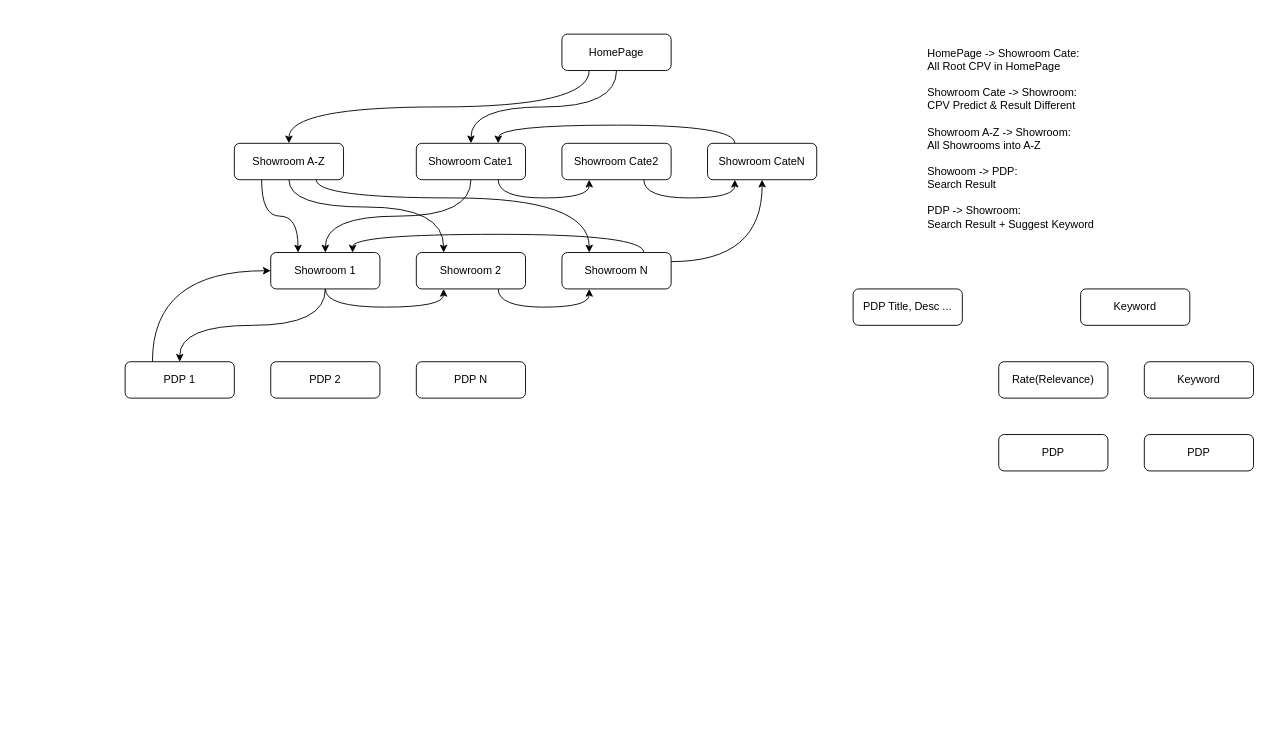
Earlier version of the draw.io diagram drawio/showroom_structure.drawio (VisableHarry/seo-drawio). Source tidied: cells renumbered, new cells numbered last; positions are measured from the earlier drawing's top-left corner, leaving out a move shared by most shapes. Both pictures are drawn from the tidied source at 91%, with x=0, y=0 at pixel (125, 15).
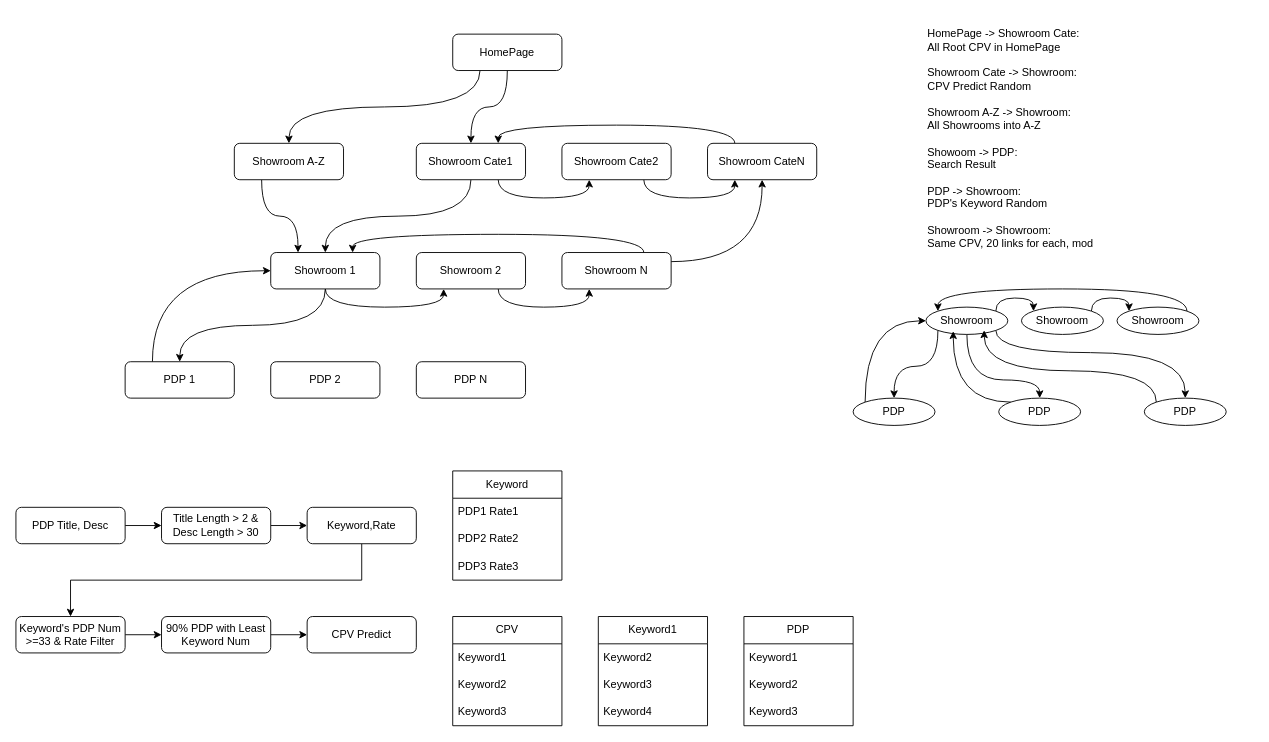
Above is the later version.

Unchanged cells that the change refers to:
```xml
<mxCell id="9" value="Showroom 2" style="rounded=1;whiteSpace=wrap;html=1;" parent="1" vertex="1">
  <mxGeometry x="320" y="260" width="120" height="40" as="geometry" />
</mxCell>
<mxCell id="12" value="Showroom N" style="rounded=1;whiteSpace=wrap;html=1;" parent="1" vertex="1">
  <mxGeometry x="480" y="260" width="120" height="40" as="geometry" />
</mxCell>
<mxCell id="28" value="Showroom A-Z" style="rounded=1;whiteSpace=wrap;html=1;" parent="1" vertex="1">
  <mxGeometry x="120" y="140" width="120" height="40" as="geometry" />
</mxCell>
```

The edit, as a diff of the source:
```diff
@@
     <mxCell id="4" value="HomePage" style="rounded=1;whiteSpace=wrap;html=1;" parent="1" vertex="1">
-      <mxGeometry x="480" y="20" width="120" height="40" as="geometry" />
+      <mxGeometry x="360" y="20" width="120" height="40" as="geometry" />
     </mxCell>
@@
-    <mxCell id="24" value="HomePage -&amp;gt; Showroom Cate:&lt;div&gt;All Root CPV in HomePage&lt;/div&gt;&lt;div&gt;&lt;br&gt;&lt;/div&gt;&lt;div&gt;Showroom Cate -&amp;gt; Showroom:&lt;/div&gt;&lt;div&gt;CPV Predict &amp;amp; Result Different&lt;/div&gt;&lt;div&gt;&lt;br&gt;&lt;/div&gt;&lt;div&gt;Showroom A-Z -&amp;gt; Showroom:&lt;/div&gt;&lt;div&gt;All Showrooms into A-Z&lt;/div&gt;&lt;div&gt;&lt;br&gt;&lt;/div&gt;&lt;div&gt;Showoom -&amp;gt; PDP:&lt;/div&gt;&lt;div&gt;Search Result&lt;/div&gt;&lt;div&gt;&lt;br&gt;&lt;/div&gt;&lt;div&gt;PDP -&amp;gt; Showroom:&lt;/div&gt;&lt;div&gt;Search Result + Suggest Keyword&lt;/div&gt;" style="text;html=1;align=left;verticalAlign=middle;whiteSpace=wrap;rounded=0;" parent="1" vertex="1">
+    <mxCell id="24" value="HomePage -&amp;gt; Showroom Cate:&lt;div&gt;All Root CPV in HomePage&lt;/div&gt;&lt;div&gt;&lt;br&gt;&lt;/div&gt;&lt;div&gt;Showroom Cate -&amp;gt; Showroom:&lt;/div&gt;&lt;div&gt;CPV Predict Random&lt;/div&gt;&lt;div&gt;&lt;br&gt;&lt;/div&gt;&lt;div&gt;Showroom A-Z -&amp;gt; Showroom:&lt;/div&gt;&lt;div&gt;All Showrooms into A-Z&lt;/div&gt;&lt;div&gt;&lt;br&gt;&lt;/div&gt;&lt;div&gt;Showoom -&amp;gt; PDP:&lt;/div&gt;&lt;div&gt;Search Result&lt;/div&gt;&lt;div&gt;&lt;br&gt;&lt;/div&gt;&lt;div&gt;PDP -&amp;gt; Showroom:&lt;/div&gt;&lt;div&gt;PDP's Keyword Random&lt;/div&gt;&lt;div&gt;&lt;br&gt;&lt;/div&gt;&lt;div&gt;Showroom -&amp;gt; Showroom:&lt;/div&gt;&lt;div&gt;Same CPV, 20 links for each, mod&lt;/div&gt;" style="text;html=1;align=left;verticalAlign=middle;whiteSpace=wrap;rounded=0;" parent="1" vertex="1">
       <mxGeometry x="880" width="230" height="270" as="geometry" />
     </mxCell>
@@
-    <mxCell id="26" style="edgeStyle=orthogonalEdgeStyle;rounded=0;jettySize=auto;html=1;exitX=0.5;exitY=1;exitDx=0;exitDy=0;entryX=0.25;entryY=0;entryDx=0;entryDy=0;elbow=vertical;curved=1;" parent="1" edge="1" source="28" target="9">
-      <mxGeometry relative="1" as="geometry">
-        <Array as="points">
-          <mxPoint x="180" y="210" />
-          <mxPoint x="350" y="210" />
-        </Array>
-      </mxGeometry>
-    </mxCell>
-    <mxCell id="27" style="edgeStyle=orthogonalEdgeStyle;rounded=0;jettySize=auto;html=1;exitX=0.75;exitY=1;exitDx=0;exitDy=0;entryX=0.25;entryY=0;entryDx=0;entryDy=0;curved=1;" parent="1" edge="1" source="28" target="12">
-      <mxGeometry relative="1" as="geometry">
-        <Array as="points">
-          <mxPoint x="210" y="200" />
-          <mxPoint x="510" y="200" />
-        </Array>
-      </mxGeometry>
-    </mxCell>
@@
+    <mxCell id="35" style="edgeStyle=orthogonalEdgeStyle;rounded=0;jettySize=auto;html=1;exitX=1;exitY=0.5;exitDx=0;exitDy=0;entryX=0;entryY=0.5;entryDx=0;entryDy=0;" parent="1" edge="1" source="29" target="40">
+      <mxGeometry relative="1" as="geometry" />
+    </mxCell>
-    <mxCell id="29" value="PDP Title, Desc ..." style="rounded=1;whiteSpace=wrap;html=1;" parent="1" vertex="1">
-      <mxGeometry x="800" y="300" width="120" height="40" as="geometry" />
+    <mxCell id="29" value="PDP Title, Desc" style="rounded=1;whiteSpace=wrap;html=1;" parent="1" vertex="1">
+      <mxGeometry x="-120" y="540" width="120" height="40" as="geometry" />
     </mxCell>
+    <mxCell id="36" style="edgeStyle=orthogonalEdgeStyle;rounded=0;jettySize=auto;html=1;exitX=0.5;exitY=1;exitDx=0;exitDy=0;entryX=0.5;entryY=0;entryDx=0;entryDy=0;" parent="1" edge="1" source="30" target="34">
+      <mxGeometry relative="1" as="geometry" />
+    </mxCell>
-    <mxCell id="30" value="Keyword" style="rounded=1;whiteSpace=wrap;html=1;" parent="1" vertex="1">
-      <mxGeometry x="1050" y="300" width="120" height="40" as="geometry" />
+    <mxCell id="30" value="Keyword,Rate" style="rounded=1;whiteSpace=wrap;html=1;" parent="1" vertex="1">
+      <mxGeometry x="200" y="540" width="120" height="40" as="geometry" />
     </mxCell>
-    <mxCell id="31" value="Rate(Relevance)" style="rounded=1;whiteSpace=wrap;html=1;" parent="1" vertex="1">
-      <mxGeometry x="960" y="380" width="120" height="40" as="geometry" />
+    <mxCell id="31" value="CPV Predict" style="rounded=1;whiteSpace=wrap;html=1;" parent="1" vertex="1">
+      <mxGeometry x="200" y="660" width="120" height="40" as="geometry" />
     </mxCell>
+    <mxCell id="37" style="edgeStyle=orthogonalEdgeStyle;rounded=0;jettySize=auto;html=1;exitX=1;exitY=0.5;exitDx=0;exitDy=0;entryX=0;entryY=0.5;entryDx=0;entryDy=0;" parent="1" edge="1" source="32" target="31">
+      <mxGeometry relative="1" as="geometry" />
+    </mxCell>
-    <mxCell id="32" value="PDP" style="rounded=1;whiteSpace=wrap;html=1;" parent="1" vertex="1">
-      <mxGeometry x="960" y="460" width="120" height="40" as="geometry" />
+    <mxCell id="32" value="90% PDP with Least Keyword Num" style="rounded=1;whiteSpace=wrap;html=1;" parent="1" vertex="1">
+      <mxGeometry x="40" y="660" width="120" height="40" as="geometry" />
     </mxCell>
+    <mxCell id="38" style="edgeStyle=orthogonalEdgeStyle;rounded=0;jettySize=auto;html=1;exitX=1;exitY=0.5;exitDx=0;exitDy=0;entryX=0;entryY=0.5;entryDx=0;entryDy=0;" parent="1" edge="1" source="34" target="32">
+      <mxGeometry relative="1" as="geometry" />
+    </mxCell>
+    <mxCell id="34" value="Keyword's PDP Num &amp;gt;=33 &amp;amp; Rate Filter" style="rounded=1;whiteSpace=wrap;html=1;" parent="1" vertex="1">
+      <mxGeometry x="-120" y="660" width="120" height="40" as="geometry" />
+    </mxCell>
+    <mxCell id="39" style="edgeStyle=orthogonalEdgeStyle;rounded=0;jettySize=auto;html=1;exitX=1;exitY=0.5;exitDx=0;exitDy=0;entryX=0;entryY=0.5;entryDx=0;entryDy=0;" parent="1" edge="1" source="40" target="30">
+      <mxGeometry relative="1" as="geometry" />
+    </mxCell>
+    <mxCell id="40" value="Title Length &amp;gt; 2 &amp;amp;&lt;div&gt;Desc Length &amp;gt; 30&lt;/div&gt;" style="rounded=1;whiteSpace=wrap;html=1;" parent="1" vertex="1">
+      <mxGeometry x="40" y="540" width="120" height="40" as="geometry" />
+    </mxCell>
-    <mxCell id="33" value="Keyword" style="rounded=1;whiteSpace=wrap;html=1;" parent="1" vertex="1">
-      <mxGeometry x="1120" y="380" width="120" height="40" as="geometry" />
+    <mxCell id="33" value="Keyword" style="swimlane;fontStyle=0;horizontal=1;startSize=30;whiteSpace=wrap;html=1;" parent="1" vertex="1">
+      <mxGeometry x="360" y="500" width="120" height="120" as="geometry" />
     </mxCell>
-    <mxCell id="34" value="PDP" style="rounded=1;whiteSpace=wrap;html=1;" parent="1" vertex="1">
-      <mxGeometry x="1120" y="460" width="120" height="40" as="geometry" />
-    </mxCell>
+    <mxCell id="41" value="PDP1 Rate1" style="text;strokeColor=none;fillColor=none;align=left;verticalAlign=middle;spacingLeft=4;spacingRight=4;overflow=hidden;whiteSpace=wrap;html=1;" parent="33" vertex="1">
+      <mxGeometry y="30" width="120" height="30" as="geometry" />
+    </mxCell>
+    <mxCell id="42" value="PDP2 Rate2" style="text;strokeColor=none;fillColor=none;align=left;verticalAlign=middle;spacingLeft=4;spacingRight=4;overflow=hidden;whiteSpace=wrap;html=1;" parent="33" vertex="1">
+      <mxGeometry y="60" width="120" height="30" as="geometry" />
+    </mxCell>
+    <mxCell id="43" value="PDP3 Rate3" style="text;strokeColor=none;fillColor=none;align=left;verticalAlign=middle;spacingLeft=4;spacingRight=4;overflow=hidden;whiteSpace=wrap;html=1;" parent="33" vertex="1">
+      <mxGeometry y="90" width="120" height="30" as="geometry" />
+    </mxCell>
+    <mxCell id="44" value="CPV" style="swimlane;fontStyle=0;horizontal=1;startSize=30;whiteSpace=wrap;html=1;" parent="1" vertex="1">
+      <mxGeometry x="360" y="660" width="120" height="120" as="geometry" />
+    </mxCell>
+    <mxCell id="45" value="Keyword1" style="text;strokeColor=none;fillColor=none;align=left;verticalAlign=middle;spacingLeft=4;spacingRight=4;overflow=hidden;whiteSpace=wrap;html=1;" parent="44" vertex="1">
+      <mxGeometry y="30" width="120" height="30" as="geometry" />
+    </mxCell>
+    <mxCell id="46" value="Keyword2" style="text;strokeColor=none;fillColor=none;align=left;verticalAlign=middle;spacingLeft=4;spacingRight=4;overflow=hidden;whiteSpace=wrap;html=1;" parent="44" vertex="1">
+      <mxGeometry y="60" width="120" height="30" as="geometry" />
+    </mxCell>
+    <mxCell id="47" value="Keyword3" style="text;strokeColor=none;fillColor=none;align=left;verticalAlign=middle;spacingLeft=4;spacingRight=4;overflow=hidden;whiteSpace=wrap;html=1;" parent="44" vertex="1">
+      <mxGeometry y="90" width="120" height="30" as="geometry" />
+    </mxCell>
+    <mxCell id="48" value="Keyword1" style="swimlane;fontStyle=0;horizontal=1;startSize=30;whiteSpace=wrap;html=1;" parent="1" vertex="1">
+      <mxGeometry x="520" y="660" width="120" height="120" as="geometry" />
+    </mxCell>
+    <mxCell id="49" value="Keyword2" style="text;strokeColor=none;fillColor=none;align=left;verticalAlign=middle;spacingLeft=4;spacingRight=4;overflow=hidden;whiteSpace=wrap;html=1;" parent="48" vertex="1">
+      <mxGeometry y="30" width="120" height="30" as="geometry" />
+    </mxCell>
+    <mxCell id="50" value="Keyword3" style="text;strokeColor=none;fillColor=none;align=left;verticalAlign=middle;spacingLeft=4;spacingRight=4;overflow=hidden;whiteSpace=wrap;html=1;" parent="48" vertex="1">
+      <mxGeometry y="60" width="120" height="30" as="geometry" />
+    </mxCell>
+    <mxCell id="51" value="Keyword4" style="text;strokeColor=none;fillColor=none;align=left;verticalAlign=middle;spacingLeft=4;spacingRight=4;overflow=hidden;whiteSpace=wrap;html=1;" parent="48" vertex="1">
+      <mxGeometry y="90" width="120" height="30" as="geometry" />
+    </mxCell>
+    <mxCell id="52" value="PDP" style="swimlane;fontStyle=0;horizontal=1;startSize=30;whiteSpace=wrap;html=1;" parent="1" vertex="1">
+      <mxGeometry x="680" y="660" width="120" height="120" as="geometry" />
+    </mxCell>
+    <mxCell id="53" value="Keyword1" style="text;strokeColor=none;fillColor=none;align=left;verticalAlign=middle;spacingLeft=4;spacingRight=4;overflow=hidden;whiteSpace=wrap;html=1;" parent="52" vertex="1">
+      <mxGeometry y="30" width="120" height="30" as="geometry" />
+    </mxCell>
+    <mxCell id="54" value="Keyword2" style="text;strokeColor=none;fillColor=none;align=left;verticalAlign=middle;spacingLeft=4;spacingRight=4;overflow=hidden;whiteSpace=wrap;html=1;" parent="52" vertex="1">
+      <mxGeometry y="60" width="120" height="30" as="geometry" />
+    </mxCell>
+    <mxCell id="55" value="Keyword3" style="text;strokeColor=none;fillColor=none;align=left;verticalAlign=middle;spacingLeft=4;spacingRight=4;overflow=hidden;whiteSpace=wrap;html=1;" parent="52" vertex="1">
+      <mxGeometry y="90" width="120" height="30" as="geometry" />
+    </mxCell>
+    <mxCell id="56" style="edgeStyle=orthogonalEdgeStyle;rounded=0;jettySize=auto;html=1;exitX=0;exitY=1;exitDx=0;exitDy=0;curved=1;" parent="1" edge="1" source="60" target="66">
+      <mxGeometry relative="1" as="geometry" />
+    </mxCell>
+    <mxCell id="57" style="edgeStyle=orthogonalEdgeStyle;rounded=0;jettySize=auto;html=1;exitX=0.5;exitY=1;exitDx=0;exitDy=0;entryX=0.5;entryY=0;entryDx=0;entryDy=0;curved=1;" parent="1" edge="1" source="60" target="67">
+      <mxGeometry relative="1" as="geometry">
+        <Array as="points">
+          <mxPoint x="925" y="400" />
+          <mxPoint x="1005" y="400" />
+        </Array>
+      </mxGeometry>
+    </mxCell>
+    <mxCell id="58" style="edgeStyle=orthogonalEdgeStyle;rounded=0;jettySize=auto;html=1;exitX=1;exitY=0;exitDx=0;exitDy=0;entryX=0;entryY=0;entryDx=0;entryDy=0;curved=1;" parent="1" edge="1" source="60" target="62">
+      <mxGeometry relative="1" as="geometry">
+        <Array as="points">
+          <mxPoint x="957" y="310" />
+          <mxPoint x="998" y="310" />
+        </Array>
+      </mxGeometry>
+    </mxCell>
+    <mxCell id="59" style="edgeStyle=orthogonalEdgeStyle;rounded=0;jettySize=auto;html=1;exitX=1;exitY=1;exitDx=0;exitDy=0;entryX=0.5;entryY=0;entryDx=0;entryDy=0;curved=1;" parent="1" edge="1" source="60" target="68">
+      <mxGeometry relative="1" as="geometry">
+        <Array as="points">
+          <mxPoint x="957" y="370" />
+          <mxPoint x="1165" y="370" />
+        </Array>
+      </mxGeometry>
+    </mxCell>
+    <mxCell id="60" value="Showroom" style="ellipse;whiteSpace=wrap;html=1;" parent="1" vertex="1">
+      <mxGeometry x="880" y="320" width="90" height="30" as="geometry" />
+    </mxCell>
+    <mxCell id="61" style="edgeStyle=orthogonalEdgeStyle;rounded=0;jettySize=auto;html=1;exitX=1;exitY=0;exitDx=0;exitDy=0;entryX=0;entryY=0;entryDx=0;entryDy=0;curved=1;" parent="1" edge="1" source="62" target="64">
+      <mxGeometry relative="1" as="geometry">
+        <Array as="points">
+          <mxPoint x="1062" y="310" />
+          <mxPoint x="1103" y="310" />
+        </Array>
+      </mxGeometry>
+    </mxCell>
+    <mxCell id="62" value="Showroom" style="ellipse;whiteSpace=wrap;html=1;" parent="1" vertex="1">
+      <mxGeometry x="985" y="320" width="90" height="30" as="geometry" />
+    </mxCell>
+    <mxCell id="63" style="edgeStyle=orthogonalEdgeStyle;rounded=0;jettySize=auto;html=1;exitX=1;exitY=0;exitDx=0;exitDy=0;entryX=0;entryY=0;entryDx=0;entryDy=0;curved=1;" parent="1" edge="1" source="64" target="60">
+      <mxGeometry relative="1" as="geometry">
+        <Array as="points">
+          <mxPoint x="1167" y="300" />
+          <mxPoint x="893" y="300" />
+        </Array>
+      </mxGeometry>
+    </mxCell>
+    <mxCell id="64" value="Showroom" style="ellipse;whiteSpace=wrap;html=1;" parent="1" vertex="1">
+      <mxGeometry x="1090" y="320" width="90" height="30" as="geometry" />
+    </mxCell>
+    <mxCell id="65" style="edgeStyle=orthogonalEdgeStyle;rounded=0;jettySize=auto;html=1;exitX=0;exitY=0;exitDx=0;exitDy=0;entryX=0;entryY=0.5;entryDx=0;entryDy=0;curved=1;" parent="1" edge="1" source="66" target="60">
+      <mxGeometry relative="1" as="geometry" />
+    </mxCell>
+    <mxCell id="66" value="PDP" style="ellipse;whiteSpace=wrap;html=1;" parent="1" vertex="1">
+      <mxGeometry x="800" y="420" width="90" height="30" as="geometry" />
+    </mxCell>
+    <mxCell id="67" value="PDP" style="ellipse;whiteSpace=wrap;html=1;" parent="1" vertex="1">
+      <mxGeometry x="960" y="420" width="90" height="30" as="geometry" />
+    </mxCell>
+    <mxCell id="68" value="PDP" style="ellipse;whiteSpace=wrap;html=1;" parent="1" vertex="1">
+      <mxGeometry x="1120" y="420" width="90" height="30" as="geometry" />
+    </mxCell>
+    <mxCell id="69" style="edgeStyle=orthogonalEdgeStyle;rounded=0;jettySize=auto;html=1;exitX=0;exitY=0;exitDx=0;exitDy=0;entryX=0.333;entryY=0.883;entryDx=0;entryDy=0;entryPerimeter=0;curved=1;" parent="1" edge="1" source="67" target="60">
+      <mxGeometry relative="1" as="geometry">
+        <Array as="points">
+          <mxPoint x="910" y="424" />
+        </Array>
+      </mxGeometry>
+    </mxCell>
+    <mxCell id="70" style="edgeStyle=orthogonalEdgeStyle;rounded=0;jettySize=auto;html=1;exitX=0;exitY=0;exitDx=0;exitDy=0;entryX=0.711;entryY=0.85;entryDx=0;entryDy=0;entryPerimeter=0;curved=1;" parent="1" edge="1" source="68" target="60">
+      <mxGeometry relative="1" as="geometry">
+        <Array as="points">
+          <mxPoint x="1133" y="390" />
+          <mxPoint x="944" y="390" />
+        </Array>
+      </mxGeometry>
+    </mxCell>
```
